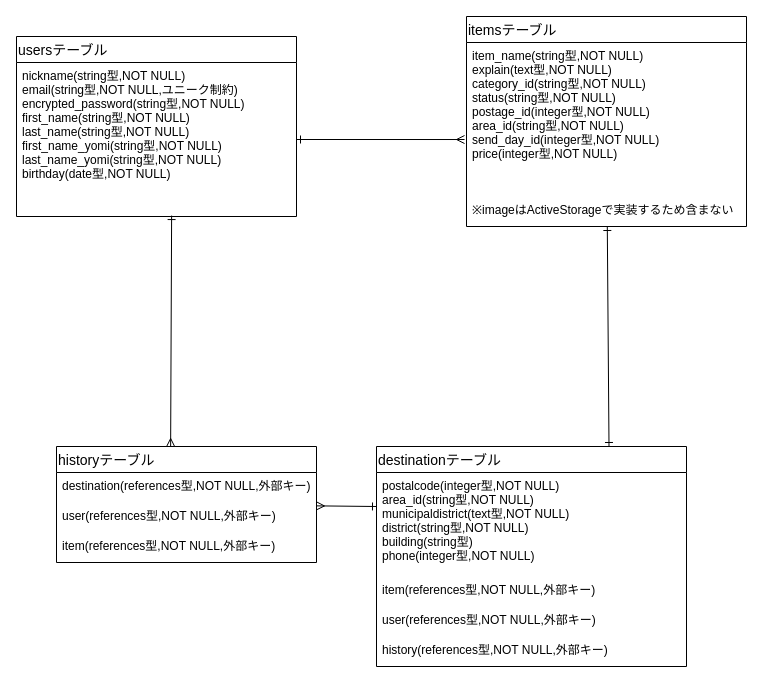
tamtam-time/furima-38599 keeps this draw.io diagram as er.dio. Above is the earlier version. Source tidied: cells renumbered, new cells numbered last; positions are measured from the earlier drawing's top-left corner, leaving out a move shared by most shapes. Both pictures are drawn from the tidied source at 100%, with x=0, y=0 at pixel (16, 16).
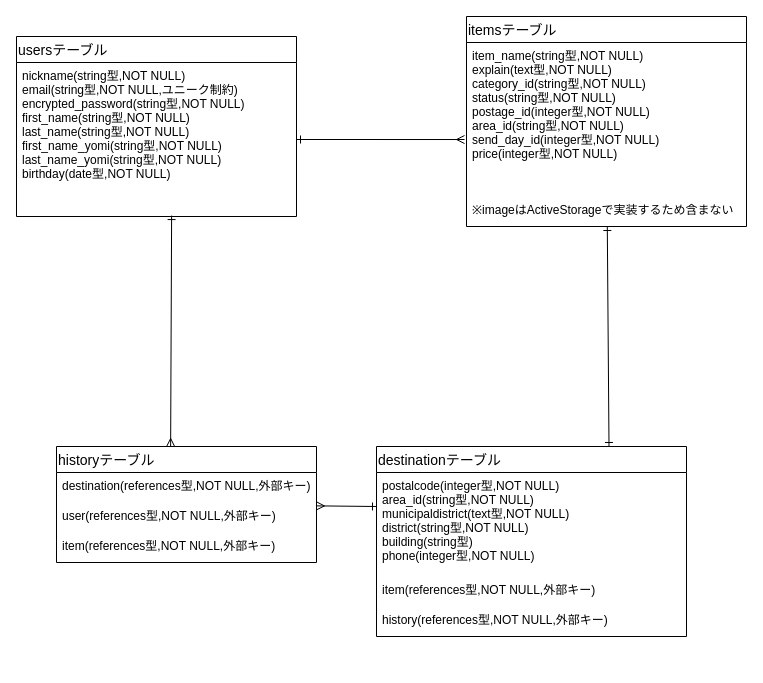
Above is the later version.

Commit message (it also covers changes not shown here):
データベース設計：修正分

以下、最新のER図になります。
https://gyazo.com/ba412c30d557da08d595c537792fe390

ご確認のほど宜しくお願いいたします。

Diff of the diagram source:
```diff
@@
     <mxCell id="8" value="destinationテーブル" style="swimlane;fontStyle=0;horizontal=1;startSize=26;align=left;fontSize=14;" parent="1" vertex="1">
-      <mxGeometry x="360" y="430" width="310" height="220" as="geometry" />
+      <mxGeometry x="360" y="430" width="310" height="190" as="geometry" />
     </mxCell>
@@
-    <mxCell id="11" value="user(references型,NOT NULL,外部キー)" style="text;strokeColor=none;fillColor=none;spacingLeft=4;spacingRight=4;overflow=hidden;fontSize=12;" parent="8" vertex="1">
-      <mxGeometry y="160" width="310" height="30" as="geometry" />
-    </mxCell>
     <mxCell id="12" value="history(references型,NOT NULL,外部キー)" style="text;strokeColor=none;fillColor=none;spacingLeft=4;spacingRight=4;overflow=hidden;fontSize=12;" parent="8" vertex="1">
-      <mxGeometry y="190" width="310" height="30" as="geometry" />
+      <mxGeometry y="160" width="310" height="30" as="geometry" />
     </mxCell>
```
